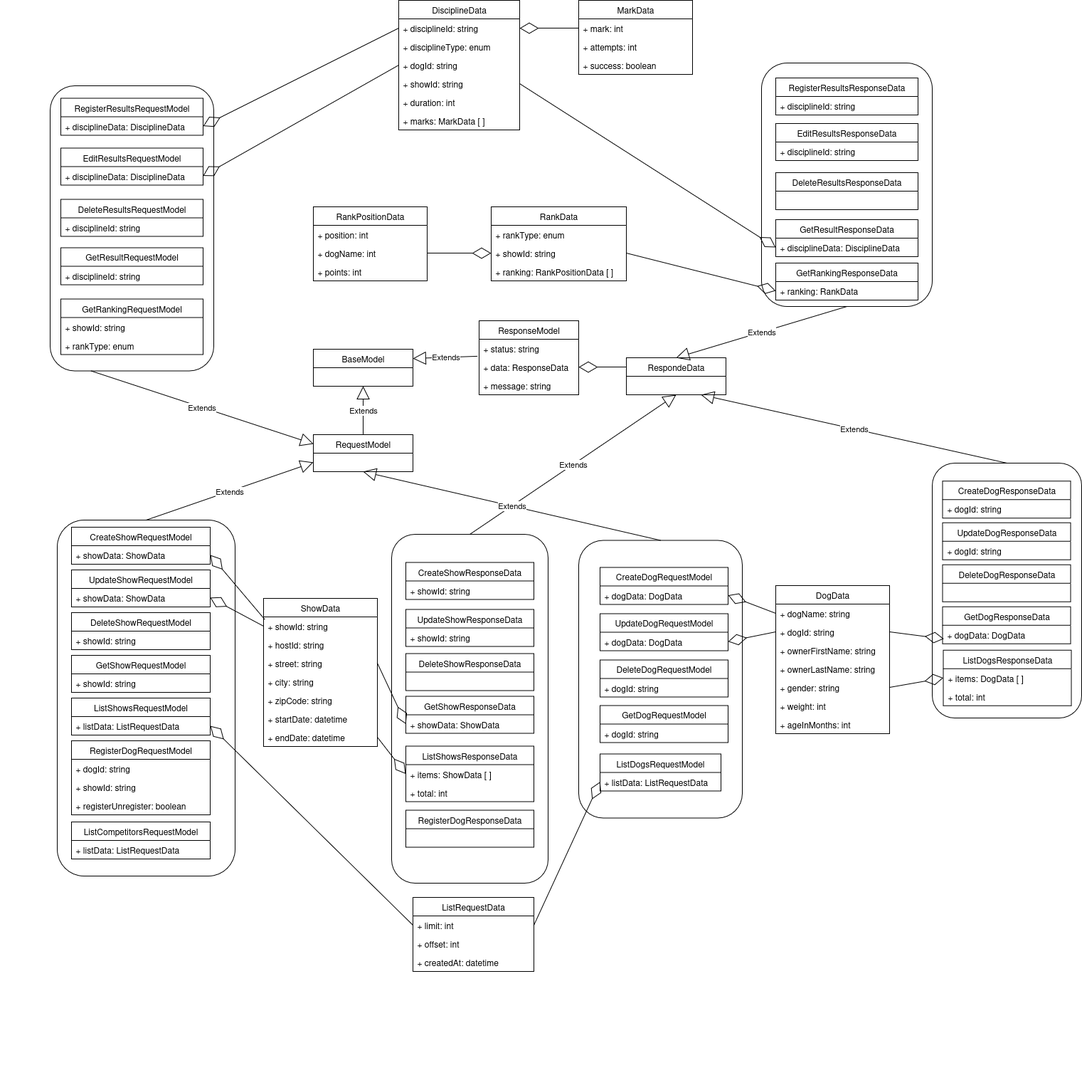
Above: documentation/design/competition-entities.png in israel-lm/top-dog-show (draw.io), before the change. Source tidied: cells renumbered, new cells last; positions are measured from the earlier drawing's top-left corner, leaving out a move shared by most shapes.
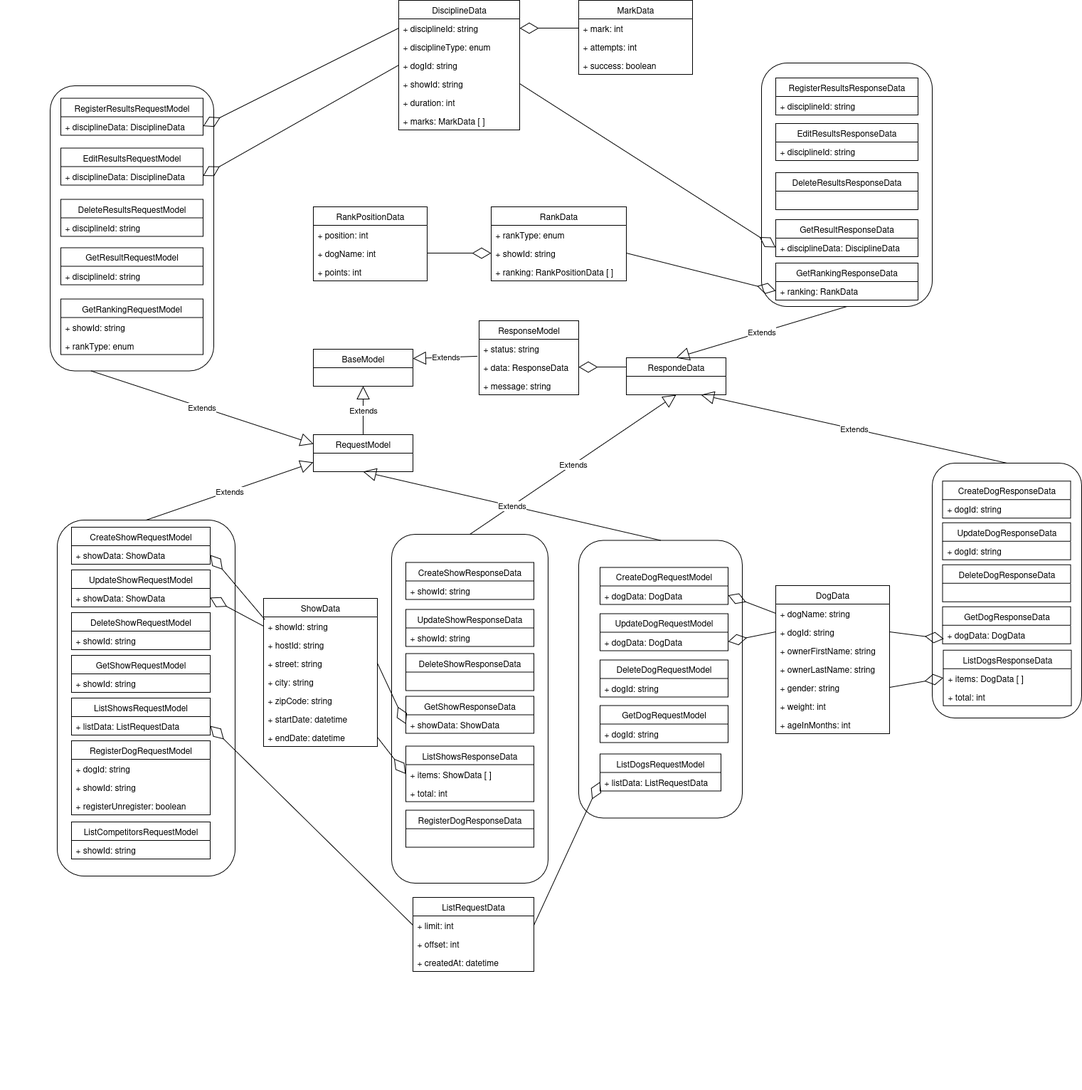
The same diagram one commit later.

Commit message:
doc: update attributes of list competitors model

Diff of the diagram source:
```diff
@@ -197,7 +197,7 @@
     <mxCell id="66" value="ListCompetitorsRequestModel" style="swimlane;fontStyle=0;horizontal=1;startSize=26;fillColor=none;whiteSpace=wrap;html=1;" parent="51" vertex="1">
       <mxGeometry x="20" y="424" width="195" height="52" as="geometry" />
     </mxCell>
-    <mxCell id="67" value="+ listData: ListRequestData" style="text;strokeColor=none;fillColor=none;align=left;verticalAlign=top;spacingLeft=4;spacingRight=4;overflow=hidden;whiteSpace=wrap;html=1;" parent="66" vertex="1">
+    <mxCell id="67" value="+ showId: string" style="text;strokeColor=none;fillColor=none;align=left;verticalAlign=top;spacingLeft=4;spacingRight=4;overflow=hidden;whiteSpace=wrap;html=1;" parent="66" vertex="1">
       <mxGeometry y="26" width="195" height="26" as="geometry" />
     </mxCell>
     <mxCell id="68" style="rounded=1;whiteSpace=wrap;html=1;" parent="1" vertex="1">
```
